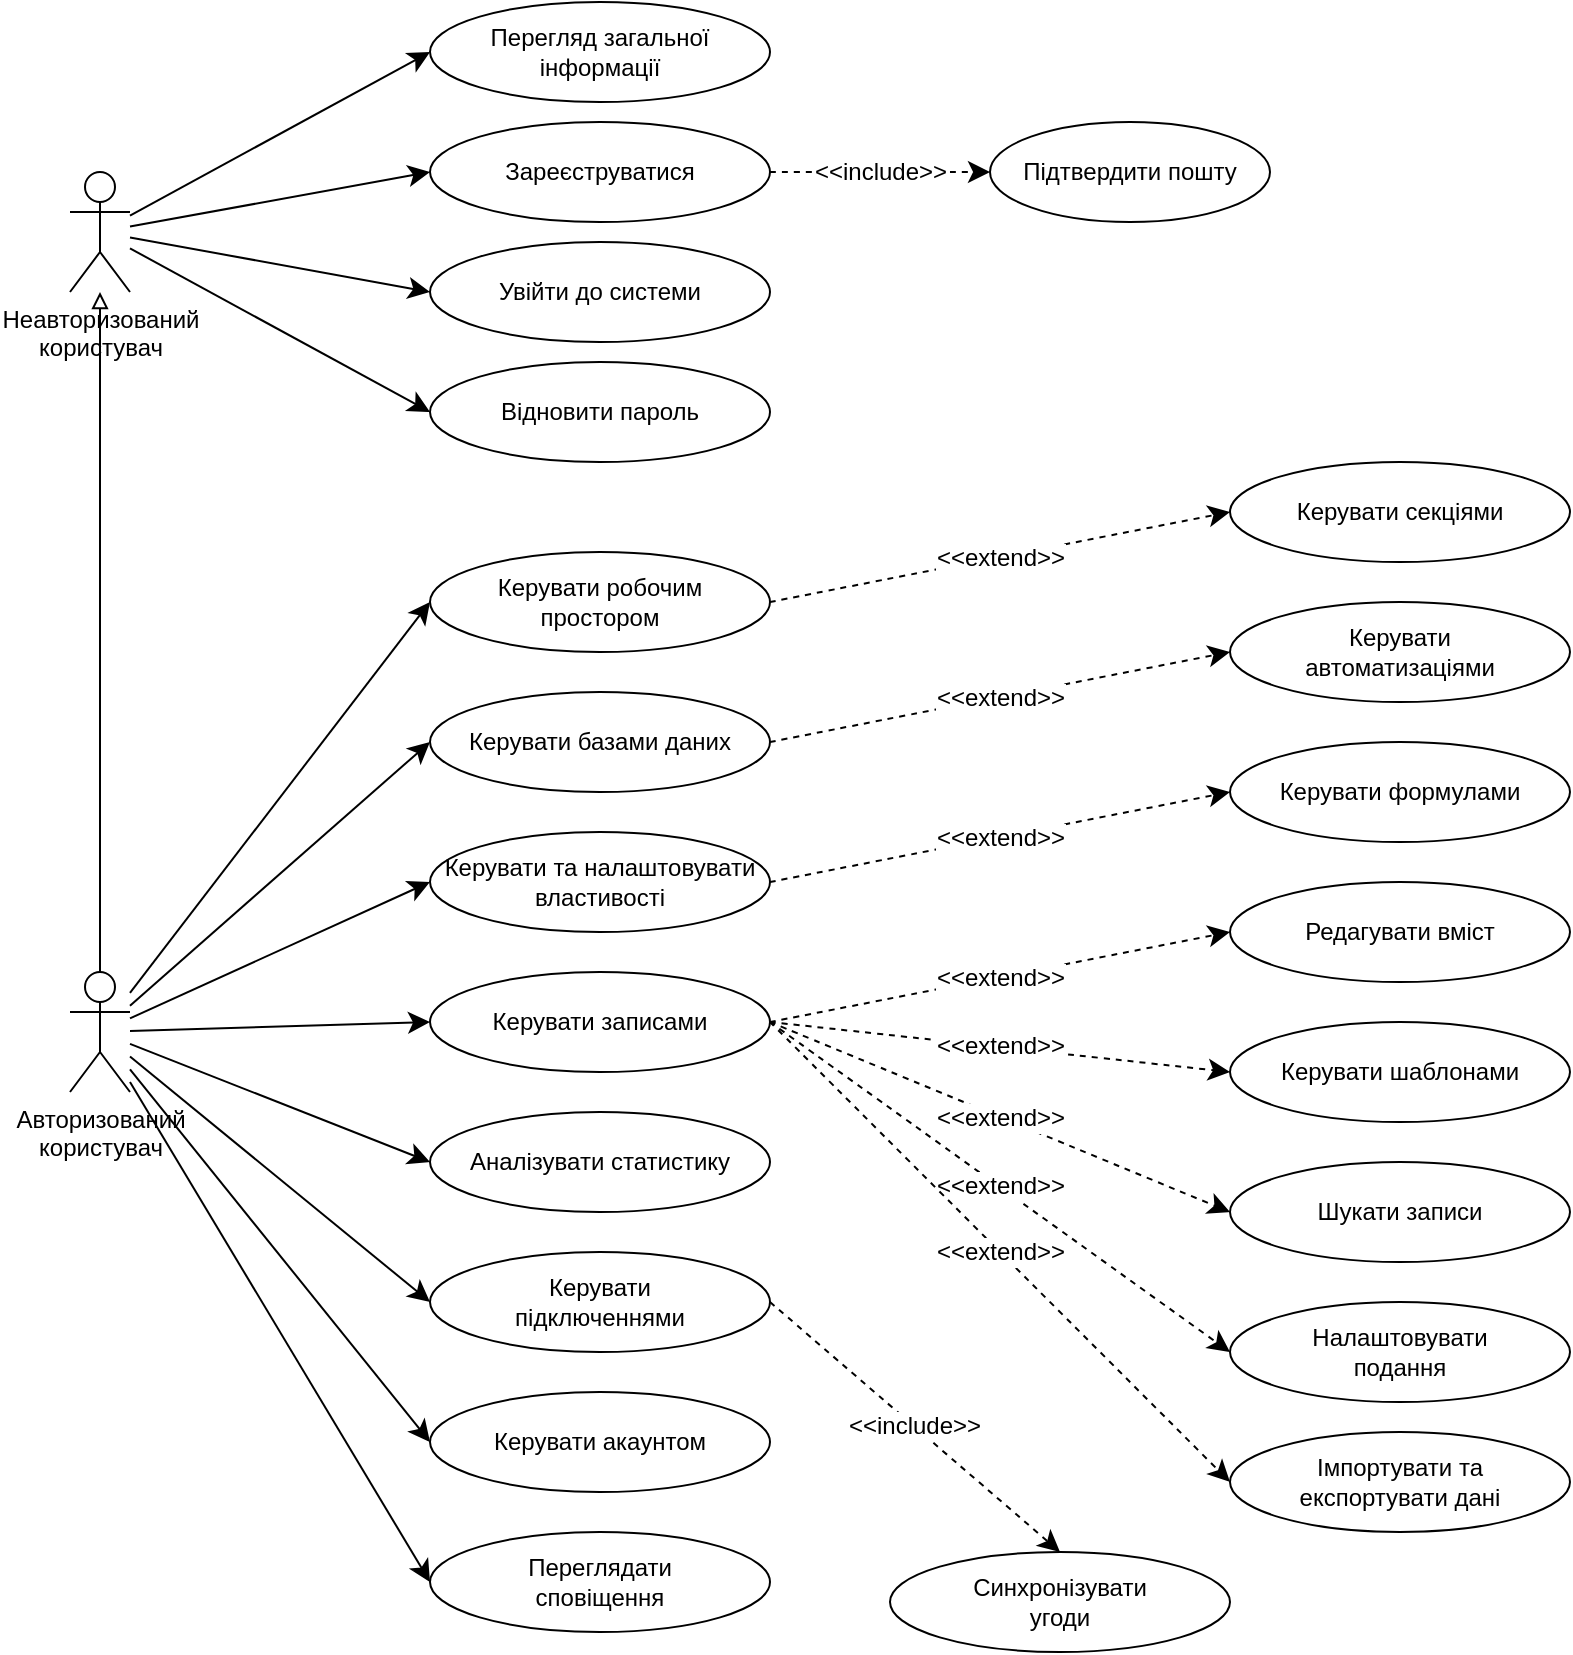
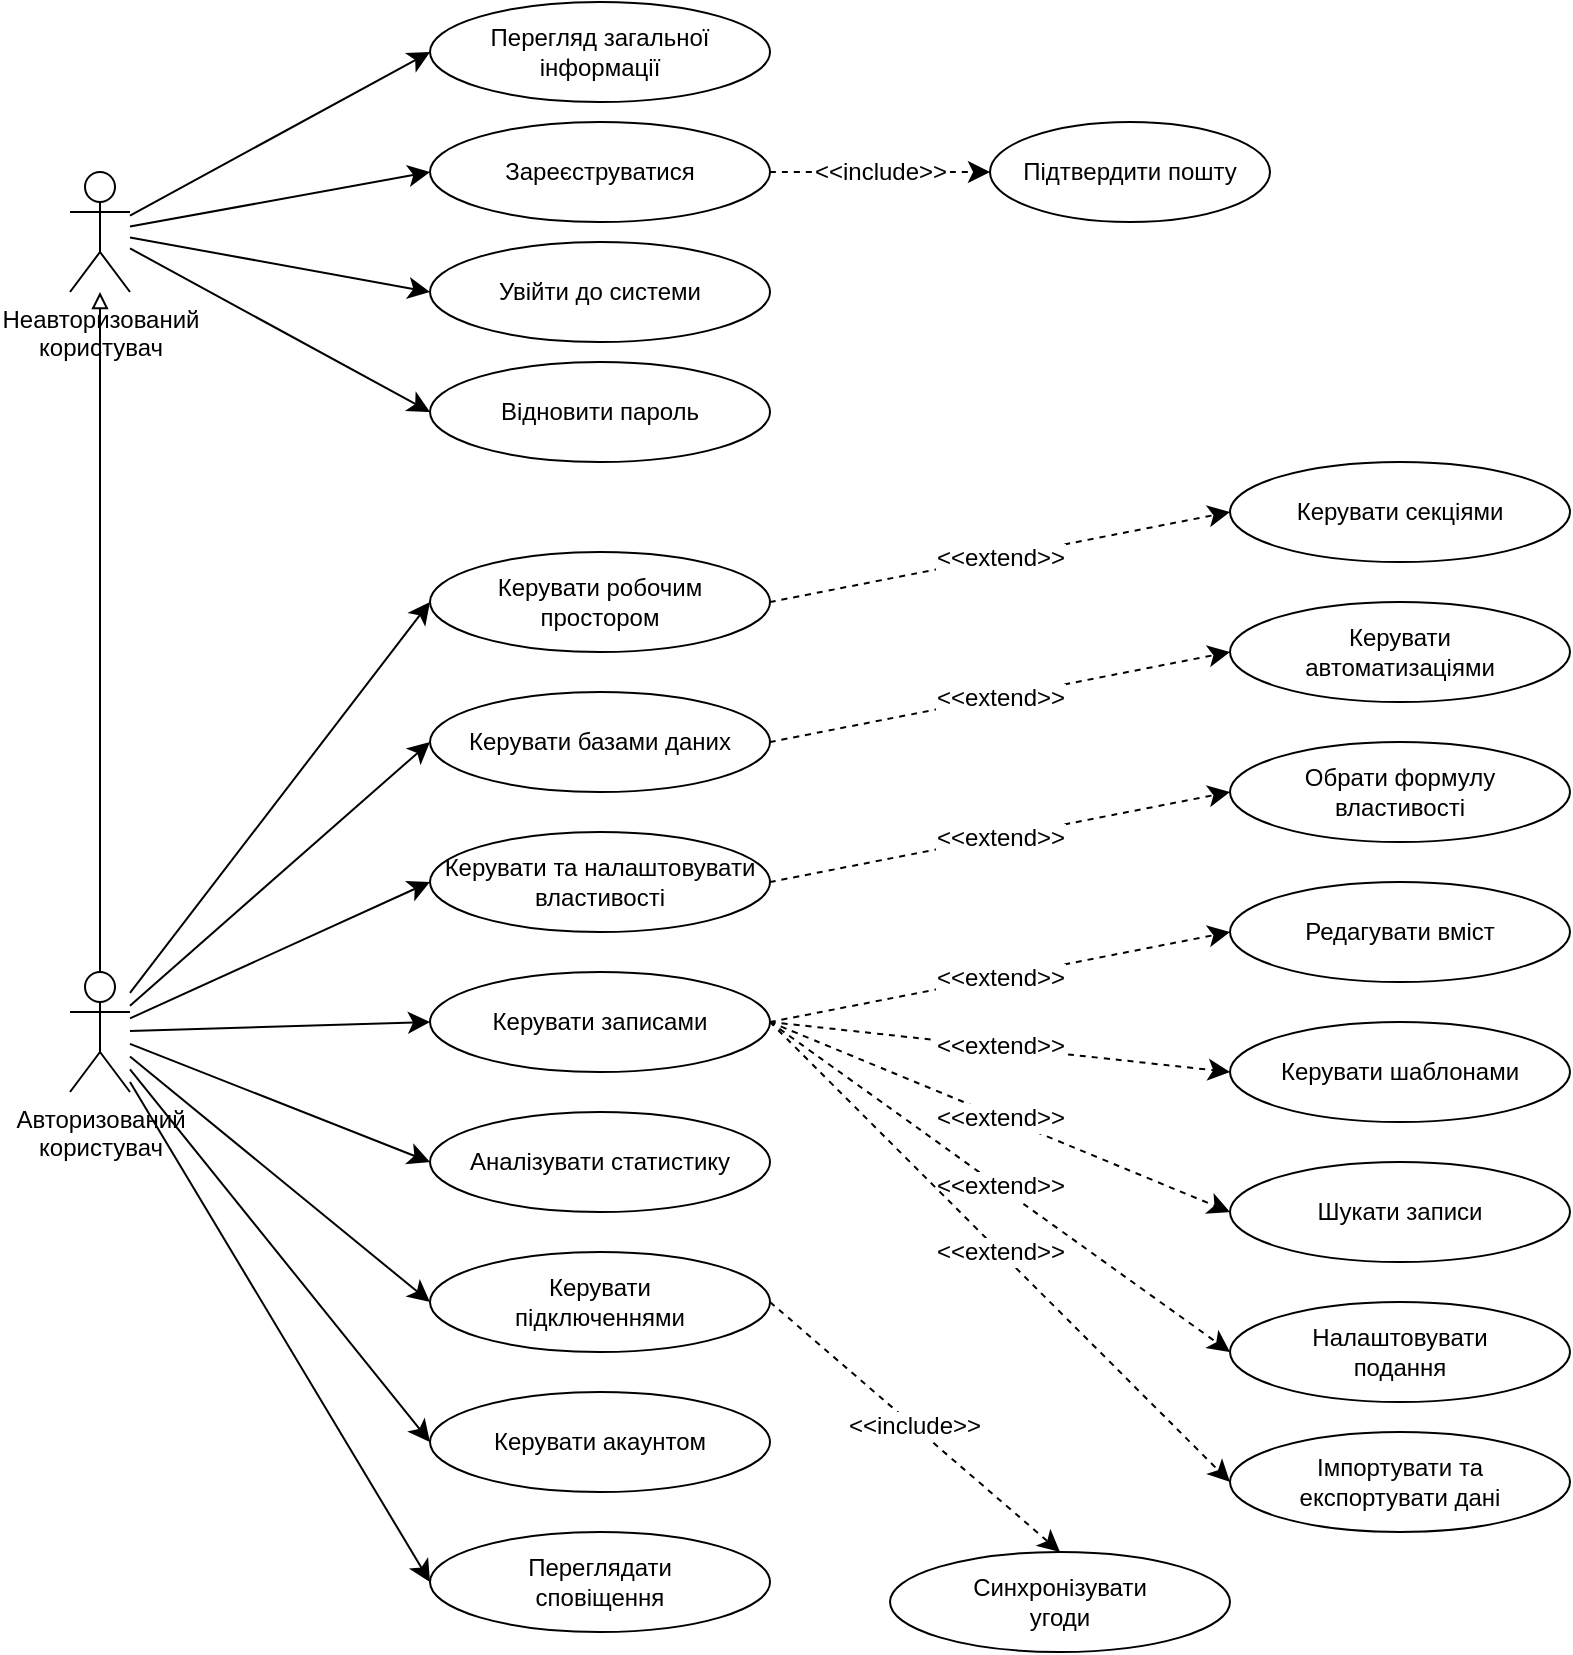
<mxfile host="65bd71144e">
    <diagram id="JGeDqC25M54TJkFsTGqv" name="Page-1">
        <mxGraphModel dx="1397" dy="2011" grid="1" gridSize="10" guides="1" tooltips="1" connect="1" arrows="1" fold="1" page="1" pageScale="1" pageWidth="1169" pageHeight="1100" math="0" shadow="0">
            <root>
                <mxCell id="0"/>
                <mxCell id="1" parent="0"/>
                <mxCell id="zfbLQeFxsEgy-nIgHIGi-1" value="Авторизований&lt;br&gt;користувач" style="shape=umlActor;verticalLabelPosition=bottom;verticalAlign=top;html=1;outlineConnect=0;" parent="1" vertex="1">
                    <mxGeometry x="100" y="430" width="30" height="60" as="geometry"/>
                </mxCell>
                <mxCell id="zfbLQeFxsEgy-nIgHIGi-2" value="Неавторизований&lt;br&gt;користувач" style="shape=umlActor;verticalLabelPosition=bottom;verticalAlign=top;html=1;outlineConnect=0;" parent="1" vertex="1">
                    <mxGeometry x="100" y="30" width="30" height="60" as="geometry"/>
                </mxCell>
                <mxCell id="zfbLQeFxsEgy-nIgHIGi-31" style="edgeStyle=orthogonalEdgeStyle;html=1;exitX=0.5;exitY=0;entryX=0.5;entryY=1;endArrow=block;endFill=0;" parent="1" source="zfbLQeFxsEgy-nIgHIGi-1" target="zfbLQeFxsEgy-nIgHIGi-2" edge="1">
                    <mxGeometry relative="1" as="geometry"/>
                </mxCell>
                <mxCell id="zfbLQeFxsEgy-nIgHIGi-7" value="Перегляд загальної інформації" style="ellipse;whiteSpace=wrap;html=1;" parent="1" vertex="1">
                    <mxGeometry x="280" y="-55" width="170" height="50" as="geometry"/>
                </mxCell>
                <mxCell id="zfbLQeFxsEgy-nIgHIGi-8" value="Зареєструватися" style="ellipse;whiteSpace=wrap;html=1;" parent="1" vertex="1">
                    <mxGeometry x="280" y="5" width="170" height="50" as="geometry"/>
                </mxCell>
                <mxCell id="zfbLQeFxsEgy-nIgHIGi-9" value="Увійти до системи" style="ellipse;whiteSpace=wrap;html=1;" parent="1" vertex="1">
                    <mxGeometry x="280" y="65" width="170" height="50" as="geometry"/>
                </mxCell>
                <mxCell id="zfbLQeFxsEgy-nIgHIGi-12" value="Відновити пароль" style="ellipse;whiteSpace=wrap;html=1;" parent="1" vertex="1">
                    <mxGeometry x="280" y="125" width="170" height="50" as="geometry"/>
                </mxCell>
                <mxCell id="zfbLQeFxsEgy-nIgHIGi-6" style="edgeStyle=none;curved=1;rounded=0;orthogonalLoop=1;jettySize=auto;html=1;fontSize=12;startSize=8;endSize=8;entryX=0;entryY=0.5;entryDx=0;entryDy=0;" parent="1" source="zfbLQeFxsEgy-nIgHIGi-2" target="zfbLQeFxsEgy-nIgHIGi-7" edge="1">
                    <mxGeometry relative="1" as="geometry"/>
                </mxCell>
                <mxCell id="zfbLQeFxsEgy-nIgHIGi-10" style="edgeStyle=none;curved=1;rounded=0;orthogonalLoop=1;jettySize=auto;html=1;entryX=0;entryY=0.5;entryDx=0;entryDy=0;fontSize=12;startSize=8;endSize=8;" parent="1" source="zfbLQeFxsEgy-nIgHIGi-2" target="zfbLQeFxsEgy-nIgHIGi-8" edge="1">
                    <mxGeometry relative="1" as="geometry"/>
                </mxCell>
                <mxCell id="zfbLQeFxsEgy-nIgHIGi-11" style="edgeStyle=none;curved=1;rounded=0;orthogonalLoop=1;jettySize=auto;html=1;entryX=0;entryY=0.5;entryDx=0;entryDy=0;fontSize=12;startSize=8;endSize=8;" parent="1" source="zfbLQeFxsEgy-nIgHIGi-2" target="zfbLQeFxsEgy-nIgHIGi-9" edge="1">
                    <mxGeometry relative="1" as="geometry"/>
                </mxCell>
                <mxCell id="zfbLQeFxsEgy-nIgHIGi-32" style="edgeStyle=none;curved=1;rounded=0;orthogonalLoop=1;jettySize=auto;html=1;fontSize=12;startSize=8;endSize=8;entryX=0;entryY=0.5;entryDx=0;entryDy=0;" parent="1" source="zfbLQeFxsEgy-nIgHIGi-2" target="zfbLQeFxsEgy-nIgHIGi-12" edge="1">
                    <mxGeometry relative="1" as="geometry"/>
                </mxCell>
                <mxCell id="zfbLQeFxsEgy-nIgHIGi-13" value="Керувати робочим&lt;br&gt;простором" style="ellipse;whiteSpace=wrap;html=1;" parent="1" vertex="1">
                    <mxGeometry x="280" y="220" width="170" height="50" as="geometry"/>
                </mxCell>
                <mxCell id="zfbLQeFxsEgy-nIgHIGi-14" value="Керувати базами даних" style="ellipse;whiteSpace=wrap;html=1;" parent="1" vertex="1">
                    <mxGeometry x="280" y="290" width="170" height="50" as="geometry"/>
                </mxCell>
                <mxCell id="zfbLQeFxsEgy-nIgHIGi-15" value="Керувати та налаштовувати&lt;br&gt;властивості" style="ellipse;whiteSpace=wrap;html=1;" parent="1" vertex="1">
                    <mxGeometry x="280" y="360" width="170" height="50" as="geometry"/>
                </mxCell>
                <mxCell id="zfbLQeFxsEgy-nIgHIGi-16" value="Керувати записами" style="ellipse;whiteSpace=wrap;html=1;" parent="1" vertex="1">
                    <mxGeometry x="280" y="430" width="170" height="50" as="geometry"/>
                </mxCell>
                <mxCell id="zfbLQeFxsEgy-nIgHIGi-17" value="Аналізувати статистику" style="ellipse;whiteSpace=wrap;html=1;" parent="1" vertex="1">
                    <mxGeometry x="280" y="500" width="170" height="50" as="geometry"/>
                </mxCell>
                <mxCell id="zfbLQeFxsEgy-nIgHIGi-18" value="Керувати&lt;br&gt;підключеннями" style="ellipse;whiteSpace=wrap;html=1;" parent="1" vertex="1">
                    <mxGeometry x="280" y="570" width="170" height="50" as="geometry"/>
                </mxCell>
                <mxCell id="zfbLQeFxsEgy-nIgHIGi-19" value="Керувати акаунтом" style="ellipse;whiteSpace=wrap;html=1;" parent="1" vertex="1">
                    <mxGeometry x="280" y="640" width="170" height="50" as="geometry"/>
                </mxCell>
                <mxCell id="zfbLQeFxsEgy-nIgHIGi-20" value="Переглядати&lt;br&gt;сповіщення" style="ellipse;whiteSpace=wrap;html=1;" parent="1" vertex="1">
                    <mxGeometry x="280" y="710" width="170" height="50" as="geometry"/>
                </mxCell>
                <mxCell id="zfbLQeFxsEgy-nIgHIGi-33" style="edgeStyle=none;curved=1;rounded=0;orthogonalLoop=1;jettySize=auto;html=1;fontSize=12;startSize=8;endSize=8;entryX=0;entryY=0.5;entryDx=0;entryDy=0;" parent="1" source="zfbLQeFxsEgy-nIgHIGi-1" target="zfbLQeFxsEgy-nIgHIGi-13" edge="1">
                    <mxGeometry relative="1" as="geometry"/>
                </mxCell>
                <mxCell id="zfbLQeFxsEgy-nIgHIGi-34" style="edgeStyle=none;curved=1;rounded=0;orthogonalLoop=1;jettySize=auto;html=1;fontSize=12;startSize=8;endSize=8;entryX=0;entryY=0.5;entryDx=0;entryDy=0;" parent="1" source="zfbLQeFxsEgy-nIgHIGi-1" target="zfbLQeFxsEgy-nIgHIGi-14" edge="1">
                    <mxGeometry relative="1" as="geometry"/>
                </mxCell>
                <mxCell id="zfbLQeFxsEgy-nIgHIGi-35" style="edgeStyle=none;curved=1;rounded=0;orthogonalLoop=1;jettySize=auto;html=1;fontSize=12;startSize=8;endSize=8;entryX=0;entryY=0.5;entryDx=0;entryDy=0;" parent="1" source="zfbLQeFxsEgy-nIgHIGi-1" target="zfbLQeFxsEgy-nIgHIGi-15" edge="1">
                    <mxGeometry relative="1" as="geometry"/>
                </mxCell>
                <mxCell id="zfbLQeFxsEgy-nIgHIGi-36" style="edgeStyle=none;curved=1;rounded=0;orthogonalLoop=1;jettySize=auto;html=1;fontSize=12;startSize=8;endSize=8;entryX=0;entryY=0.5;entryDx=0;entryDy=0;" parent="1" source="zfbLQeFxsEgy-nIgHIGi-1" target="zfbLQeFxsEgy-nIgHIGi-16" edge="1">
                    <mxGeometry relative="1" as="geometry"/>
                </mxCell>
                <mxCell id="zfbLQeFxsEgy-nIgHIGi-37" style="edgeStyle=none;curved=1;rounded=0;orthogonalLoop=1;jettySize=auto;html=1;fontSize=12;startSize=8;endSize=8;entryX=0;entryY=0.5;entryDx=0;entryDy=0;" parent="1" source="zfbLQeFxsEgy-nIgHIGi-1" target="zfbLQeFxsEgy-nIgHIGi-17" edge="1">
                    <mxGeometry relative="1" as="geometry"/>
                </mxCell>
                <mxCell id="zfbLQeFxsEgy-nIgHIGi-38" style="edgeStyle=none;curved=1;rounded=0;orthogonalLoop=1;jettySize=auto;html=1;fontSize=12;startSize=8;endSize=8;entryX=0;entryY=0.5;entryDx=0;entryDy=0;" parent="1" source="zfbLQeFxsEgy-nIgHIGi-1" target="zfbLQeFxsEgy-nIgHIGi-18" edge="1">
                    <mxGeometry relative="1" as="geometry"/>
                </mxCell>
                <mxCell id="zfbLQeFxsEgy-nIgHIGi-39" style="edgeStyle=none;curved=1;rounded=0;orthogonalLoop=1;jettySize=auto;html=1;fontSize=12;startSize=8;endSize=8;entryX=0;entryY=0.5;entryDx=0;entryDy=0;" parent="1" source="zfbLQeFxsEgy-nIgHIGi-1" target="zfbLQeFxsEgy-nIgHIGi-19" edge="1">
                    <mxGeometry relative="1" as="geometry"/>
                </mxCell>
                <mxCell id="zfbLQeFxsEgy-nIgHIGi-40" style="edgeStyle=none;curved=1;rounded=0;orthogonalLoop=1;jettySize=auto;html=1;fontSize=12;startSize=8;endSize=8;entryX=0;entryY=0.5;entryDx=0;entryDy=0;" parent="1" source="zfbLQeFxsEgy-nIgHIGi-1" target="zfbLQeFxsEgy-nIgHIGi-20" edge="1">
                    <mxGeometry relative="1" as="geometry"/>
                </mxCell>
                <mxCell id="zfbLQeFxsEgy-nIgHIGi-21" value="Підтвердити пошту" style="ellipse;whiteSpace=wrap;html=1;" parent="1" vertex="1">
                    <mxGeometry x="560" y="5" width="140" height="50" as="geometry"/>
                </mxCell>
                <mxCell id="zfbLQeFxsEgy-nIgHIGi-22" value="Керувати секціями" style="ellipse;whiteSpace=wrap;html=1;" parent="1" vertex="1">
                    <mxGeometry x="680" y="175" width="170" height="50" as="geometry"/>
                </mxCell>
                <mxCell id="zfbLQeFxsEgy-nIgHIGi-23" value="Керувати&lt;br&gt;автоматизаціями" style="ellipse;whiteSpace=wrap;html=1;" parent="1" vertex="1">
                    <mxGeometry x="680" y="245" width="170" height="50" as="geometry"/>
                </mxCell>
-                 <mxCell id="zfbLQeFxsEgy-nIgHIGi-24" value="Керувати формулами" style="ellipse;whiteSpace=wrap;html=1;" parent="1" vertex="1">
+                 <mxCell id="zfbLQeFxsEgy-nIgHIGi-24" value="Обрати формулу&lt;br&gt;властивості" style="ellipse;whiteSpace=wrap;html=1;" parent="1" vertex="1">
                    <mxGeometry x="680" y="315" width="170" height="50" as="geometry"/>
                </mxCell>
                <mxCell id="zfbLQeFxsEgy-nIgHIGi-25" value="Редагувати вміст" style="ellipse;whiteSpace=wrap;html=1;" parent="1" vertex="1">
                    <mxGeometry x="680" y="385" width="170" height="50" as="geometry"/>
                </mxCell>
                <mxCell id="zfbLQeFxsEgy-nIgHIGi-26" value="Керувати шаблонами" style="ellipse;whiteSpace=wrap;html=1;" parent="1" vertex="1">
                    <mxGeometry x="680" y="455" width="170" height="50" as="geometry"/>
                </mxCell>
                <mxCell id="zfbLQeFxsEgy-nIgHIGi-27" value="Шукати записи" style="ellipse;whiteSpace=wrap;html=1;" parent="1" vertex="1">
                    <mxGeometry x="680" y="525" width="170" height="50" as="geometry"/>
                </mxCell>
                <mxCell id="zfbLQeFxsEgy-nIgHIGi-28" value="Налаштовувати&lt;br&gt;подання" style="ellipse;whiteSpace=wrap;html=1;" parent="1" vertex="1">
                    <mxGeometry x="680" y="595" width="170" height="50" as="geometry"/>
                </mxCell>
                <mxCell id="zfbLQeFxsEgy-nIgHIGi-29" value="Імпортувати та&lt;br&gt;експортувати дані" style="ellipse;whiteSpace=wrap;html=1;" parent="1" vertex="1">
                    <mxGeometry x="680" y="660" width="170" height="50" as="geometry"/>
                </mxCell>
                <mxCell id="zfbLQeFxsEgy-nIgHIGi-30" value="Синхронізувати&lt;br&gt;угоди" style="ellipse;whiteSpace=wrap;html=1;" parent="1" vertex="1">
                    <mxGeometry x="510" y="720" width="170" height="50" as="geometry"/>
                </mxCell>
                <mxCell id="zfbLQeFxsEgy-nIgHIGi-41" value="&amp;lt;&amp;lt;include&amp;gt;&amp;gt;" style="edgeStyle=none;curved=1;dashed=1;rounded=0;orthogonalLoop=1;jettySize=auto;html=1;fontSize=12;startSize=8;endSize=8;exitX=1;exitY=0.5;entryX=0;entryY=0.5;" parent="1" source="zfbLQeFxsEgy-nIgHIGi-8" target="zfbLQeFxsEgy-nIgHIGi-21" edge="1">
                    <mxGeometry relative="1" as="geometry"/>
                </mxCell>
                <mxCell id="zfbLQeFxsEgy-nIgHIGi-42" value="&amp;lt;&amp;lt;extend&amp;gt;&amp;gt;" style="edgeStyle=none;curved=1;dashed=1;rounded=0;orthogonalLoop=1;jettySize=auto;html=1;fontSize=12;startSize=8;endSize=8;exitX=1;exitY=0.5;entryX=0;entryY=0.5;" parent="1" source="zfbLQeFxsEgy-nIgHIGi-13" target="zfbLQeFxsEgy-nIgHIGi-22" edge="1">
                    <mxGeometry relative="1" as="geometry"/>
                </mxCell>
                <mxCell id="zfbLQeFxsEgy-nIgHIGi-43" value="&amp;lt;&amp;lt;extend&amp;gt;&amp;gt;" style="edgeStyle=none;curved=1;dashed=1;rounded=0;orthogonalLoop=1;jettySize=auto;html=1;fontSize=12;startSize=8;endSize=8;exitX=1;exitY=0.5;entryX=0;entryY=0.5;" parent="1" source="zfbLQeFxsEgy-nIgHIGi-14" target="zfbLQeFxsEgy-nIgHIGi-23" edge="1">
                    <mxGeometry relative="1" as="geometry"/>
                </mxCell>
                <mxCell id="zfbLQeFxsEgy-nIgHIGi-44" value="&amp;lt;&amp;lt;extend&amp;gt;&amp;gt;" style="edgeStyle=none;curved=1;dashed=1;rounded=0;orthogonalLoop=1;jettySize=auto;html=1;fontSize=12;startSize=8;endSize=8;exitX=1;exitY=0.5;entryX=0;entryY=0.5;" parent="1" source="zfbLQeFxsEgy-nIgHIGi-15" target="zfbLQeFxsEgy-nIgHIGi-24" edge="1">
                    <mxGeometry relative="1" as="geometry"/>
                </mxCell>
                <mxCell id="zfbLQeFxsEgy-nIgHIGi-45" value="&amp;lt;&amp;lt;extend&amp;gt;&amp;gt;" style="edgeStyle=none;curved=1;dashed=1;rounded=0;orthogonalLoop=1;jettySize=auto;html=1;fontSize=12;startSize=8;endSize=8;exitX=1;exitY=0.5;entryX=0;entryY=0.5;" parent="1" source="zfbLQeFxsEgy-nIgHIGi-16" target="zfbLQeFxsEgy-nIgHIGi-25" edge="1">
                    <mxGeometry relative="1" as="geometry"/>
                </mxCell>
                <mxCell id="zfbLQeFxsEgy-nIgHIGi-46" value="&amp;lt;&amp;lt;extend&amp;gt;&amp;gt;" style="edgeStyle=none;curved=1;dashed=1;rounded=0;orthogonalLoop=1;jettySize=auto;html=1;fontSize=12;startSize=8;endSize=8;exitX=1;exitY=0.5;entryX=0;entryY=0.5;" parent="1" source="zfbLQeFxsEgy-nIgHIGi-16" target="zfbLQeFxsEgy-nIgHIGi-26" edge="1">
                    <mxGeometry relative="1" as="geometry"/>
                </mxCell>
                <mxCell id="zfbLQeFxsEgy-nIgHIGi-47" value="&amp;lt;&amp;lt;extend&amp;gt;&amp;gt;" style="edgeStyle=none;curved=1;dashed=1;rounded=0;orthogonalLoop=1;jettySize=auto;html=1;fontSize=12;startSize=8;endSize=8;exitX=1;exitY=0.5;entryX=0;entryY=0.5;" parent="1" source="zfbLQeFxsEgy-nIgHIGi-16" target="zfbLQeFxsEgy-nIgHIGi-27" edge="1">
                    <mxGeometry relative="1" as="geometry"/>
                </mxCell>
                <mxCell id="zfbLQeFxsEgy-nIgHIGi-48" value="&amp;lt;&amp;lt;extend&amp;gt;&amp;gt;" style="edgeStyle=none;curved=1;dashed=1;rounded=0;orthogonalLoop=1;jettySize=auto;html=1;fontSize=12;startSize=8;endSize=8;exitX=1;exitY=0.5;entryX=0;entryY=0.5;" parent="1" source="zfbLQeFxsEgy-nIgHIGi-16" target="zfbLQeFxsEgy-nIgHIGi-28" edge="1">
                    <mxGeometry relative="1" as="geometry"/>
                </mxCell>
                <mxCell id="zfbLQeFxsEgy-nIgHIGi-49" value="&amp;lt;&amp;lt;extend&amp;gt;&amp;gt;" style="edgeStyle=none;curved=1;dashed=1;rounded=0;orthogonalLoop=1;jettySize=auto;html=1;fontSize=12;startSize=8;endSize=8;exitX=1;exitY=0.5;entryX=0;entryY=0.5;" parent="1" source="zfbLQeFxsEgy-nIgHIGi-16" target="zfbLQeFxsEgy-nIgHIGi-29" edge="1">
                    <mxGeometry relative="1" as="geometry"/>
                </mxCell>
                <mxCell id="zfbLQeFxsEgy-nIgHIGi-50" value="&amp;lt;&amp;lt;include&amp;gt;&amp;gt;" style="edgeStyle=none;curved=1;dashed=1;rounded=0;orthogonalLoop=1;jettySize=auto;html=1;fontSize=12;startSize=8;endSize=8;exitX=1;exitY=0.5;entryX=0.5;entryY=0;entryDx=0;entryDy=0;" parent="1" source="zfbLQeFxsEgy-nIgHIGi-18" target="zfbLQeFxsEgy-nIgHIGi-30" edge="1">
                    <mxGeometry relative="1" as="geometry"/>
                </mxCell>
            </root>
        </mxGraphModel>
    </diagram>
</mxfile>